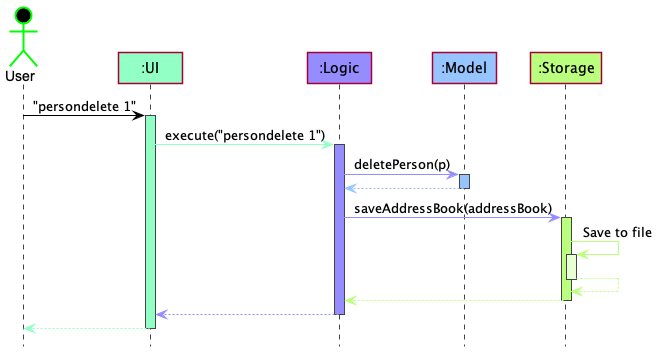
This is docs/images/ArchitectureSequenceDiagram.png from zhongfu/tp, a PlantUML export, as it was before one commit.
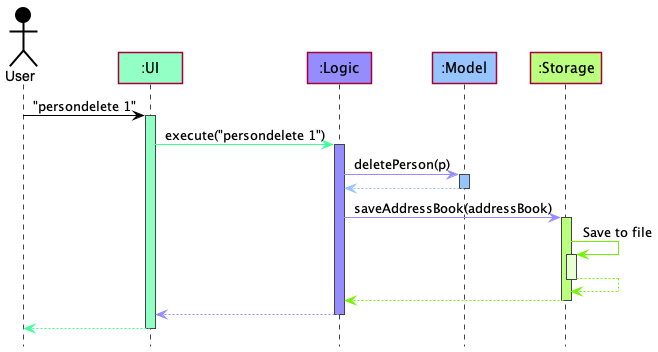
After the change.

Commit message:
Update DG diagram cols to be more visible

What changed in the source:
```diff
@@ -10,7 +10,7 @@
 user -[USER_COLOR]> ui : "persondelete 1"
 activate ui UI_COLOR
 
-ui -[UI_COLOR]> logic : execute("persondelete 1")
+ui -[UI_COLOR_T2]> logic : execute("persondelete 1")
 activate logic LOGIC_COLOR
 
 logic -[LOGIC_COLOR]> model : deletePerson(p)
@@ -22,17 +22,17 @@
 logic -[LOGIC_COLOR]> storage : saveAddressBook(addressBook)
 activate storage STORAGE_COLOR
 
-storage -[STORAGE_COLOR]> storage : Save to file
+storage -[STORAGE_COLOR_T3]> storage : Save to file
 activate storage STORAGE_COLOR_T1
-storage --[STORAGE_COLOR]> storage
+storage --[STORAGE_COLOR_T3]> storage
 deactivate storage
 
-storage --[STORAGE_COLOR]> logic
+storage --[STORAGE_COLOR_T3]> logic
 deactivate storage
 
 logic --[LOGIC_COLOR]> ui
 deactivate logic
 
-ui--[UI_COLOR]> user
+ui--[UI_COLOR_T2]> user
 deactivate ui
 @enduml
```
